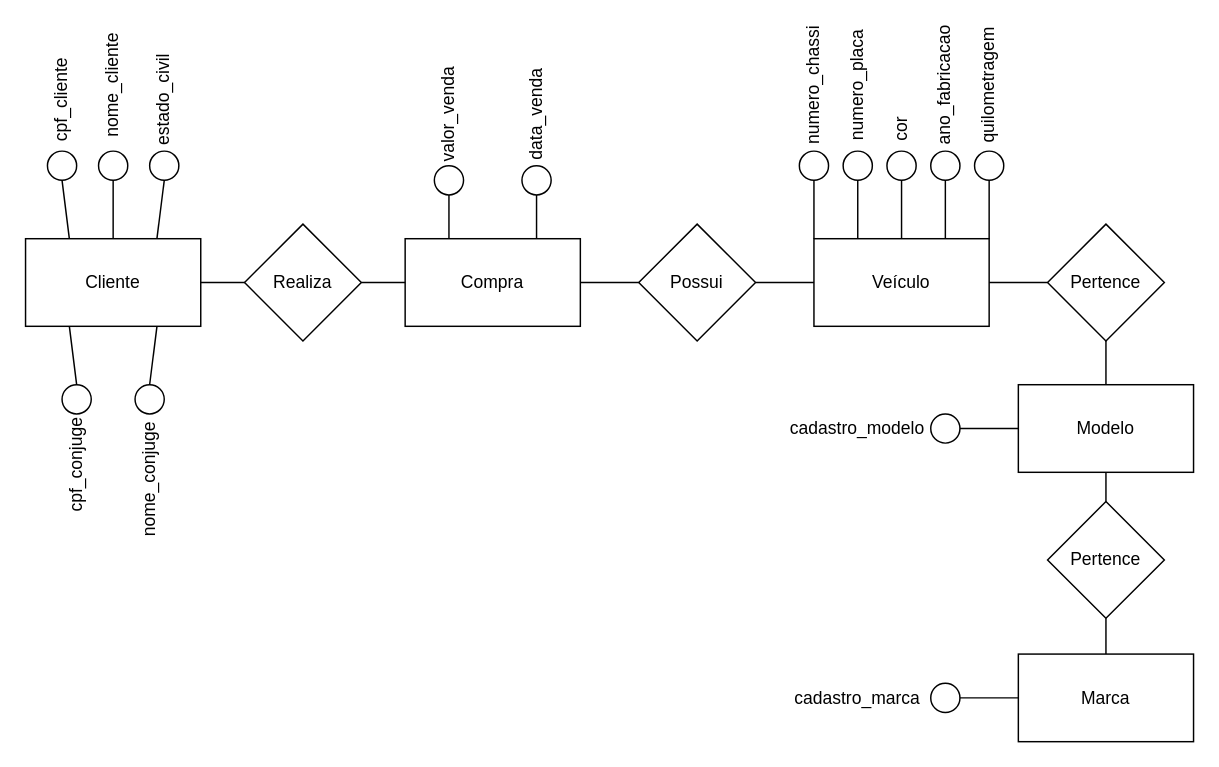
andreeeeeeeee/Engenharia_Software keeps this draw.io diagram as Lista2_04-04/Ex1.drawio. Above is the earlier version. Source tidied: cells renumbered, new cells numbered last; positions are measured from the earlier drawing's top-left corner, leaving out a move shared by most shapes. Both pictures are drawn from the tidied source at 146%, with x=0, y=0 at pixel (18, 63).
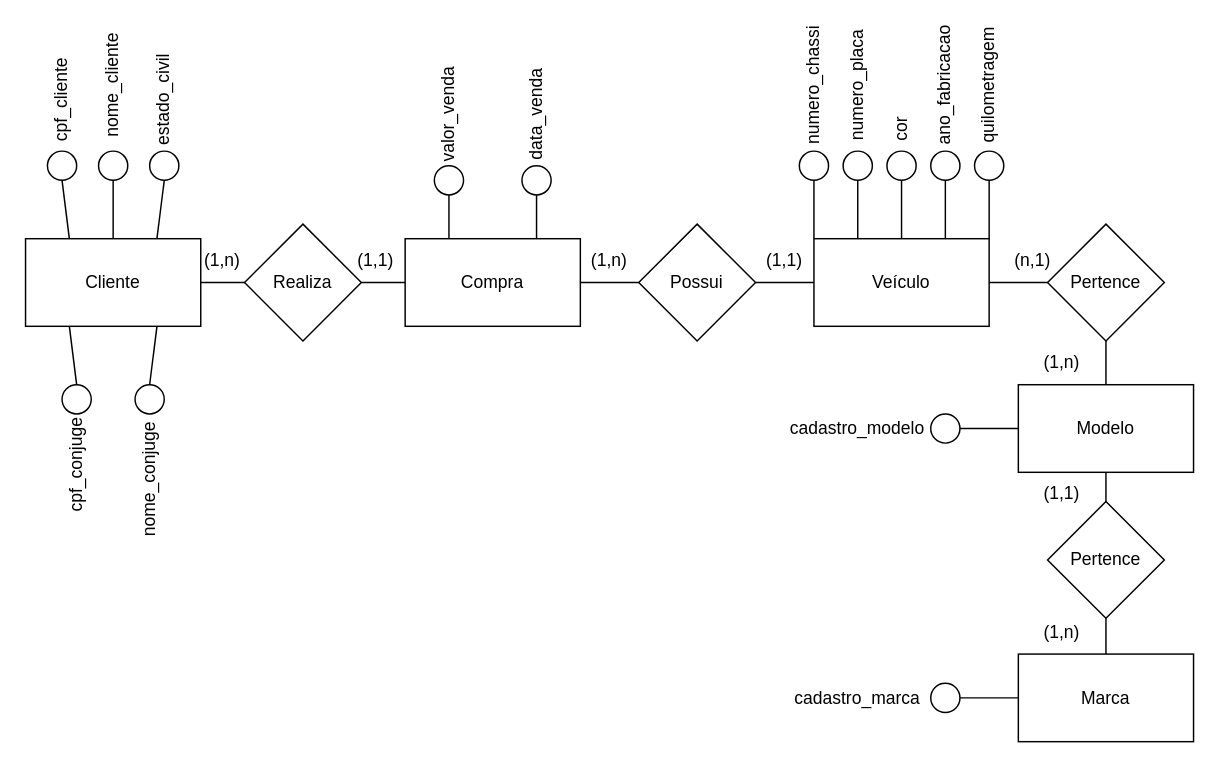
After the change.

Change to the diagram source:
```diff
@@
+    <mxCell id="61" value="(1,n)" style="text;html=1;strokeColor=none;fillColor=none;align=center;verticalAlign=middle;whiteSpace=wrap;rounded=0;" parent="1" vertex="1">
+      <mxGeometry x="110" y="120" width="60" height="30" as="geometry" />
+    </mxCell>
+    <mxCell id="62" value="(1,1)" style="text;html=1;strokeColor=none;fillColor=none;align=center;verticalAlign=middle;whiteSpace=wrap;rounded=0;" parent="1" vertex="1">
+      <mxGeometry x="215" y="120" width="60" height="30" as="geometry" />
+    </mxCell>
+    <mxCell id="63" value="(1,n)" style="text;html=1;strokeColor=none;fillColor=none;align=center;verticalAlign=middle;whiteSpace=wrap;rounded=0;" parent="1" vertex="1">
+      <mxGeometry x="375" y="120" width="60" height="30" as="geometry" />
+    </mxCell>
+    <mxCell id="64" value="(1,1)" style="text;html=1;strokeColor=none;fillColor=none;align=center;verticalAlign=middle;whiteSpace=wrap;rounded=0;" parent="1" vertex="1">
+      <mxGeometry x="495" y="120" width="60" height="30" as="geometry" />
+    </mxCell>
+    <mxCell id="65" value="(n,1)" style="text;html=1;strokeColor=none;fillColor=none;align=center;verticalAlign=middle;whiteSpace=wrap;rounded=0;" parent="1" vertex="1">
+      <mxGeometry x="665" y="120" width="60" height="30" as="geometry" />
+    </mxCell>
+    <mxCell id="66" value="&lt;div&gt;(1,n)&lt;/div&gt;" style="text;html=1;strokeColor=none;fillColor=none;align=center;verticalAlign=middle;whiteSpace=wrap;rounded=0;" parent="1" vertex="1">
+      <mxGeometry x="685" y="190" width="60" height="30" as="geometry" />
+    </mxCell>
+    <mxCell id="67" value="(1,1)" style="text;html=1;strokeColor=none;fillColor=none;align=center;verticalAlign=middle;whiteSpace=wrap;rounded=0;" parent="1" vertex="1">
+      <mxGeometry x="685" y="280" width="60" height="30" as="geometry" />
+    </mxCell>
+    <mxCell id="68" value="(1,n)" style="text;html=1;strokeColor=none;fillColor=none;align=center;verticalAlign=middle;whiteSpace=wrap;rounded=0;" parent="1" vertex="1">
+      <mxGeometry x="685" y="375" width="60" height="30" as="geometry" />
+    </mxCell>
```
